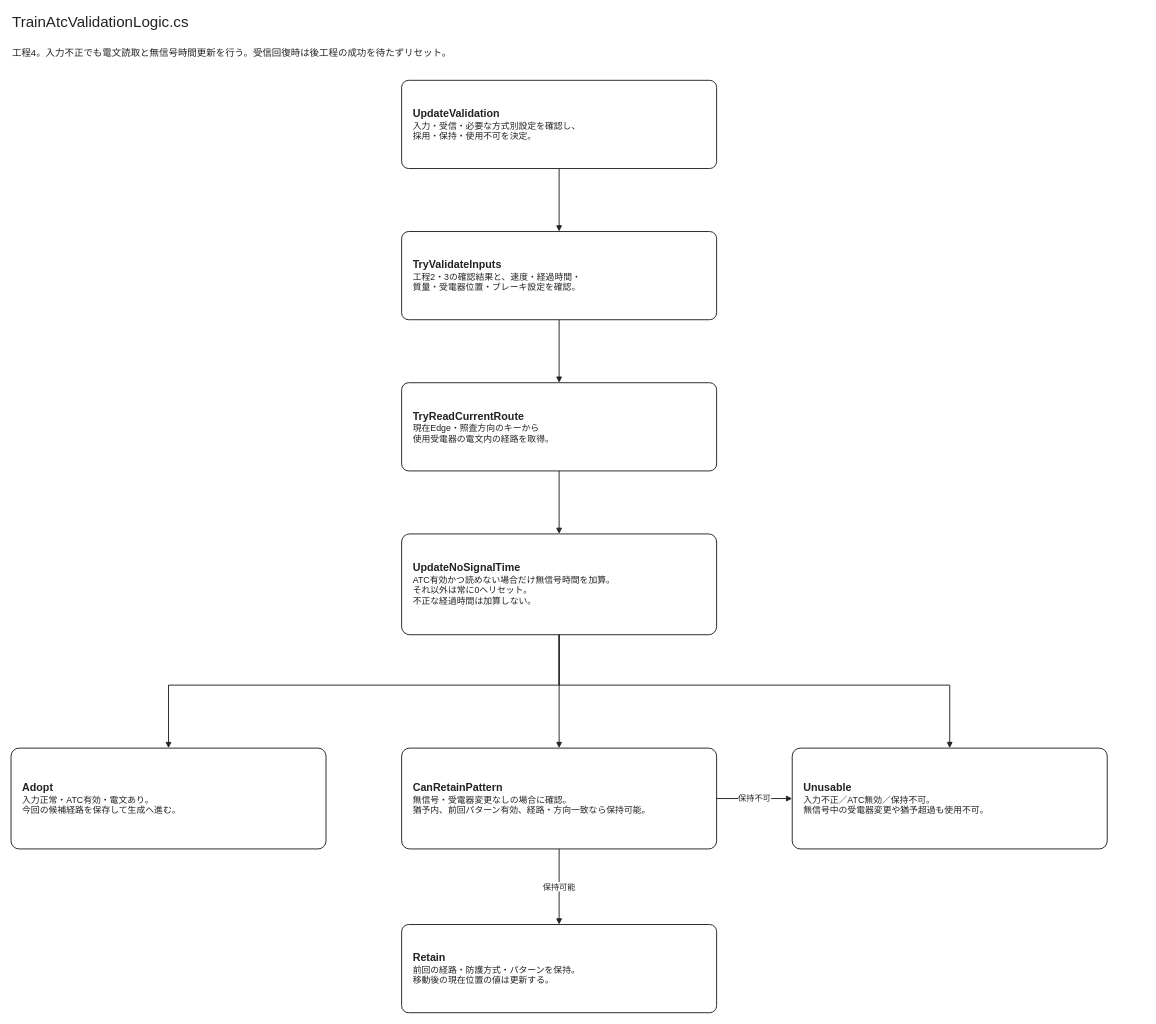
neko3141592/Nakatetsu keeps this draw.io diagram as page "TrainAtcValidationLogic.cs" (4 of 8) of Documentation/Train/Atc/TrainAtcTransitions.drawio. Above is the earlier version. Source tidied: cells renumbered, new cells numbered last; positions are measured from the earlier drawing's top-left corner, leaving out a move shared by most shapes. Both pictures are drawn from the tidied source at 63%, with x=0, y=0 at pixel (11, 11).
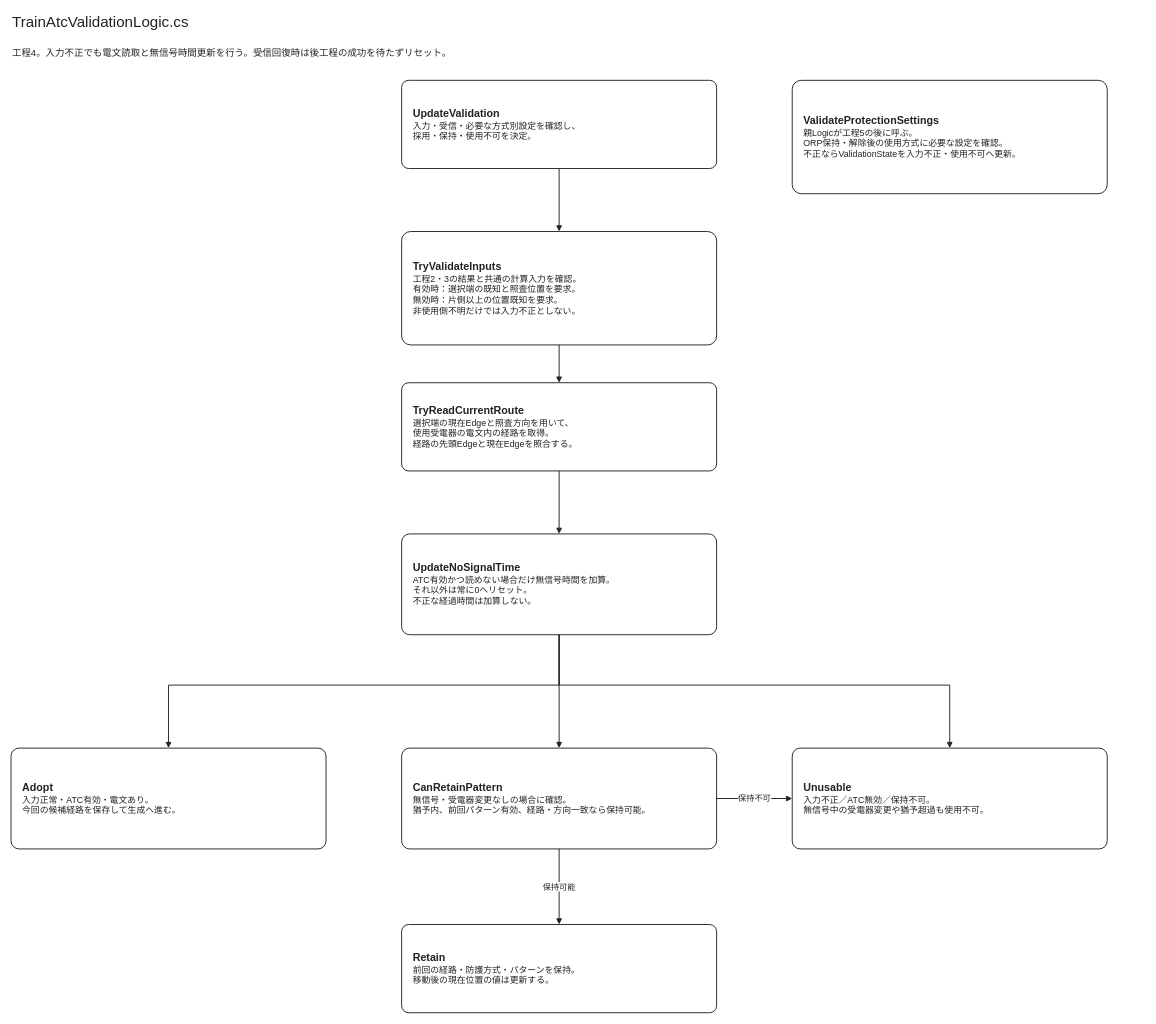
The same page after the edit.

The edit, as a diff of the source:
```diff
@@
-    <mxCell id="5" value="&lt;b style=&quot;font-size:17px&quot;&gt;TryValidateInputs&lt;/b&gt;&lt;br&gt;&lt;span style=&quot;font-size:14px&quot;&gt;工程2・3の確認結果と、速度・経過時間・&lt;br&gt;質量・受電器位置・ブレーキ設定を確認。&lt;/span&gt;" style="rounded=1;arcSize=8;whiteSpace=wrap;html=1;align=left;verticalAlign=middle;spacingLeft=16;spacingRight=16;spacingTop=10;spacingBottom=10;fontFamily=Hiragino Kaku Gothic ProN;fontColor=#222222;strokeColor=#222222;strokeWidth=1.5;fillColor=#ffffff;" parent="1" vertex="1">
-      <mxGeometry x="620" y="350" width="500" height="140" as="geometry" />
+    <mxCell id="5" value="&lt;b style=&quot;font-size:17px&quot;&gt;TryValidateInputs&lt;/b&gt;&lt;br&gt;&lt;span style=&quot;font-size:14px&quot;&gt;工程2・3の結果と共通の計算入力を確認。&lt;br&gt;有効時：選択端の既知と照査位置を要求。&lt;br&gt;無効時：片側以上の位置既知を要求。&lt;br&gt;非使用側不明だけでは入力不正としない。&lt;/span&gt;" style="rounded=1;arcSize=8;whiteSpace=wrap;html=1;align=left;verticalAlign=middle;spacingLeft=16;spacingRight=16;spacingTop=10;spacingBottom=10;fontFamily=Hiragino Kaku Gothic ProN;fontColor=#222222;strokeColor=#222222;strokeWidth=1.5;fillColor=#ffffff;" parent="1" vertex="1">
+      <mxGeometry x="620" y="350" width="500" height="180" as="geometry" />
     </mxCell>
-    <mxCell id="6" value="&lt;b style=&quot;font-size:17px&quot;&gt;TryReadCurrentRoute&lt;/b&gt;&lt;br&gt;&lt;span style=&quot;font-size:14px&quot;&gt;現在Edge・照査方向のキーから&lt;br&gt;使用受電器の電文内の経路を取得。&lt;/span&gt;" style="rounded=1;arcSize=8;whiteSpace=wrap;html=1;align=left;verticalAlign=middle;spacingLeft=16;spacingRight=16;spacingTop=10;spacingBottom=10;fontFamily=Hiragino Kaku Gothic ProN;fontColor=#222222;strokeColor=#222222;strokeWidth=1.5;fillColor=#ffffff;" parent="1" vertex="1">
+    <mxCell id="6" value="&lt;b style=&quot;font-size:17px&quot;&gt;TryReadCurrentRoute&lt;/b&gt;&lt;br&gt;&lt;span style=&quot;font-size:14px&quot;&gt;選択端の現在Edgeと照査方向を用いて、&lt;br&gt;使用受電器の電文内の経路を取得。&lt;br&gt;経路の先頭Edgeと現在Edgeを照合する。&lt;/span&gt;" style="rounded=1;arcSize=8;whiteSpace=wrap;html=1;align=left;verticalAlign=middle;spacingLeft=16;spacingRight=16;spacingTop=10;spacingBottom=10;fontFamily=Hiragino Kaku Gothic ProN;fontColor=#222222;strokeColor=#222222;strokeWidth=1.5;fillColor=#ffffff;" parent="1" vertex="1">
       <mxGeometry x="620" y="590" width="500" height="140" as="geometry" />
     </mxCell>
@@
+    <mxCell id="20" value="&lt;b style=&quot;font-size:17px&quot;&gt;ValidateProtectionSettings&lt;/b&gt;&lt;br&gt;&lt;span style=&quot;font-size:14px&quot;&gt;親Logicが工程5の後に呼ぶ。&lt;br&gt;ORP保持・解除後の使用方式に必要な設定を確認。&lt;br&gt;不正ならValidationStateを入力不正・使用不可へ更新。&lt;/span&gt;" style="rounded=1;arcSize=8;whiteSpace=wrap;html=1;align=left;verticalAlign=middle;spacingLeft=16;spacingRight=16;spacingTop=10;spacingBottom=10;fontFamily=Hiragino Kaku Gothic ProN;fontColor=#222222;strokeColor=#222222;strokeWidth=1.5;fillColor=#ffffff;" parent="1" vertex="1">
+      <mxGeometry x="1240" y="110" width="500" height="180" as="geometry" />
+    </mxCell>
```
